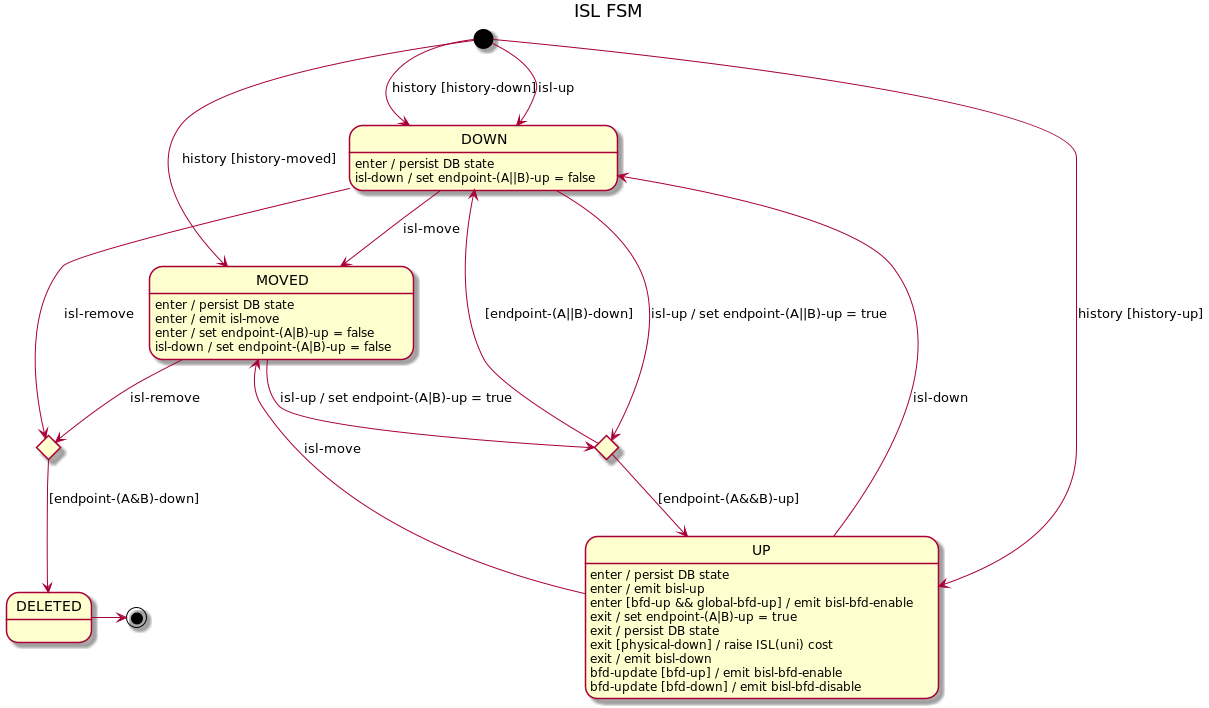
telstra/open-kilda keeps this PlantUML diagram as docs/design/network-discovery/ISL-FSM.png. Above is the earlier version.
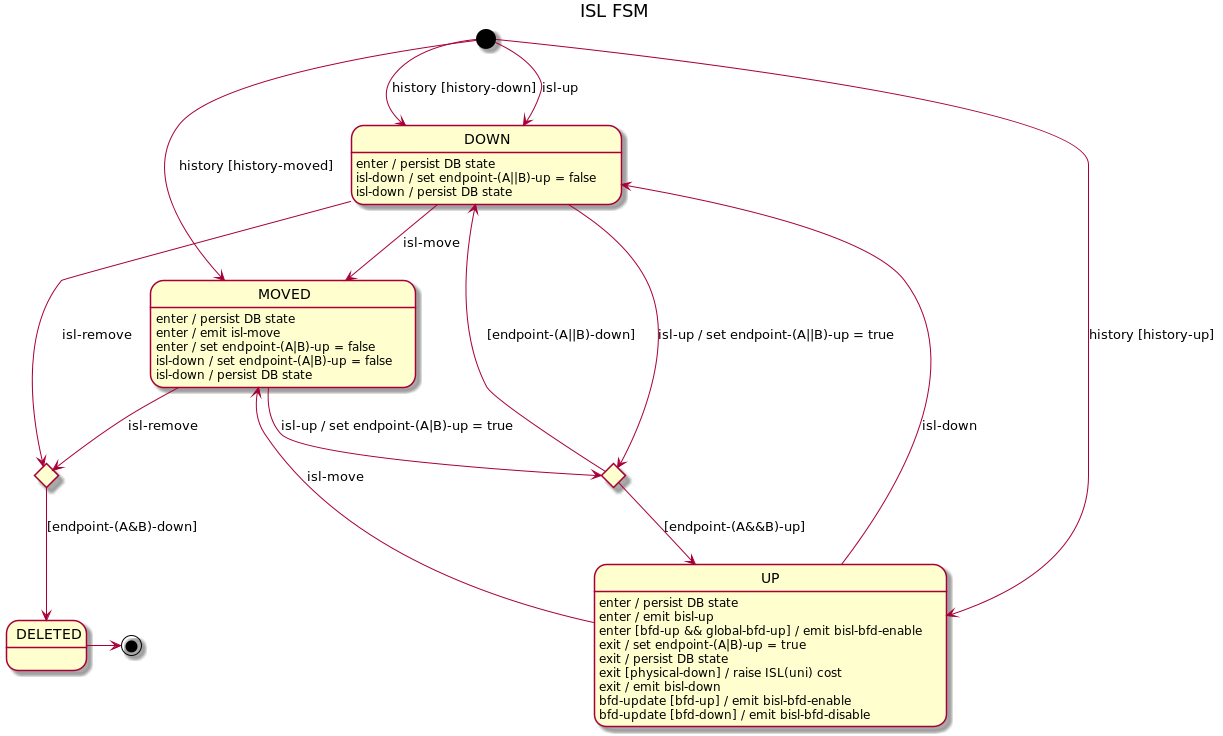
Later version of the same file.

Commit message:
Fix ISL's status chage during ISL transition in INACTIVE state

The edit, as a diff of the source:
```diff
@@ -14,6 +14,7 @@
 DOWN --> MOVED : isl-move
 DOWN : enter / persist DB state
 DOWN : isl-down / set endpoint-(A||B)-up = false
+DOWN : isl-down / persist DB state
 DOWN -> deleteAttempt : isl-remove
 
 upAttempt --> UP : [endpoint-(A&&B)-up]
@@ -37,6 +38,7 @@
 MOVED : enter / emit isl-move
 MOVED : enter / set endpoint-(A|B)-up = false
 MOVED : isl-down / set endpoint-(A|B)-up = false
+MOVED : isl-down / persist DB state
 
 DELETED -> [*]
 @enduml
```
